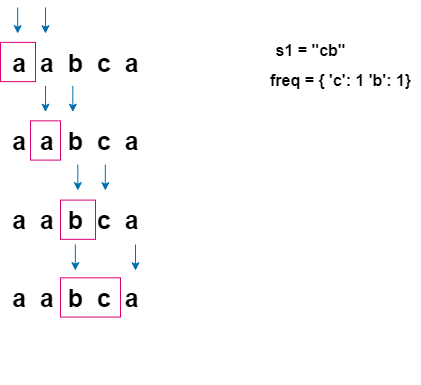
Earlier version of the draw.io export Python3/img/PermutationInString.png (ashiven/leetcode-solutions). Source tidied: cells renumbered, new cells last; positions are measured from the earlier drawing's top-left corner, leaving out a move shared by most shapes. Source of this version:
```xml
<mxGraphModel>
  <root>
    <mxCell id="0" />
    <mxCell id="1" parent="0" />
    <mxCell id="2" style="group;" parent="1" vertex="1">
      <mxGeometry width="155" height="545" as="geometry" />
    </mxCell>
    <mxCell id="3" value="&lt;font style=&quot;font-size: 25px;&quot;&gt;&lt;b style=&quot;font-size: 25px;&quot;&gt;a&amp;nbsp; a&amp;nbsp; b&amp;nbsp; c&amp;nbsp; a&lt;/b&gt;&lt;/font&gt;" style="text;html=1;align=center;verticalAlign=middle;strokeColor=none;fillColor=none;fontColor=#000000;fontSize=25;" parent="2" vertex="1">
      <mxGeometry y="34.9" width="150" height="40" as="geometry" />
    </mxCell>
    <mxCell id="4" style="rounded=0;whiteSpace=wrap;html=1;fillColor=none;strokeColor=#D80073;" parent="2" vertex="1">
      <mxGeometry y="34.9" width="35" height="39.2" as="geometry" />
    </mxCell>
    <mxCell id="5" style="endArrow=classic;html=1;rounded=0;fillColor=#1ba1e2;strokeColor=#006EAF;" parent="2" edge="1">
      <mxGeometry relative="1" as="geometry">
        <mxPoint x="17.2" as="sourcePoint" />
        <mxPoint x="17.2" y="26.2" as="targetPoint" />
      </mxGeometry>
    </mxCell>
    <mxCell id="6" style="endArrow=classic;html=1;rounded=0;fillColor=#1ba1e2;strokeColor=#006EAF;" parent="2" edge="1">
      <mxGeometry relative="1" as="geometry">
        <mxPoint x="45" as="sourcePoint" />
        <mxPoint x="45" y="26.2" as="targetPoint" />
      </mxGeometry>
    </mxCell>
    <mxCell id="7" value="&lt;font style=&quot;font-size: 25px;&quot;&gt;&lt;b style=&quot;font-size: 25px;&quot;&gt;a&amp;nbsp; a&amp;nbsp; b&amp;nbsp; c&amp;nbsp; a&lt;/b&gt;&lt;/font&gt;" style="text;html=1;align=center;verticalAlign=middle;strokeColor=none;fillColor=none;fontColor=#000000;fontSize=25;" parent="2" vertex="1">
      <mxGeometry y="113.4" width="150" height="40" as="geometry" />
    </mxCell>
    <mxCell id="8" style="rounded=0;whiteSpace=wrap;html=1;fillColor=none;strokeColor=#D80073;" parent="2" vertex="1">
      <mxGeometry x="30" y="113.4" width="30" height="39.2" as="geometry" />
    </mxCell>
    <mxCell id="9" style="endArrow=classic;html=1;rounded=0;fillColor=#1ba1e2;strokeColor=#006EAF;" parent="2" edge="1">
      <mxGeometry relative="1" as="geometry">
        <mxPoint x="72.3" y="78.5" as="sourcePoint" />
        <mxPoint x="72.3" y="104.6" as="targetPoint" />
      </mxGeometry>
    </mxCell>
    <mxCell id="10" style="endArrow=classic;html=1;rounded=0;fillColor=#1ba1e2;strokeColor=#006EAF;" parent="2" edge="1">
      <mxGeometry relative="1" as="geometry">
        <mxPoint x="45" y="78.5" as="sourcePoint" />
        <mxPoint x="45" y="104.6" as="targetPoint" />
      </mxGeometry>
    </mxCell>
    <mxCell id="11" value="&lt;font style=&quot;font-size: 25px;&quot;&gt;&lt;b style=&quot;font-size: 25px;&quot;&gt;a&amp;nbsp; a&amp;nbsp; b&amp;nbsp; c&amp;nbsp; a&lt;/b&gt;&lt;/font&gt;" style="text;html=1;align=center;verticalAlign=middle;strokeColor=none;fillColor=none;fontColor=#000000;fontSize=25;" parent="2" vertex="1">
      <mxGeometry y="191.8" width="150" height="40" as="geometry" />
    </mxCell>
    <mxCell id="12" style="rounded=0;whiteSpace=wrap;html=1;fillColor=none;strokeColor=#D80073;" parent="2" vertex="1">
      <mxGeometry x="60" y="192.6" width="35" height="39.2" as="geometry" />
    </mxCell>
    <mxCell id="13" style="endArrow=classic;html=1;rounded=0;fillColor=#1ba1e2;strokeColor=#006EAF;" parent="2" edge="1">
      <mxGeometry relative="1" as="geometry">
        <mxPoint x="104.8" y="157" as="sourcePoint" />
        <mxPoint x="104.8" y="183.1" as="targetPoint" />
      </mxGeometry>
    </mxCell>
    <mxCell id="14" style="endArrow=classic;html=1;rounded=0;fillColor=#1ba1e2;strokeColor=#006EAF;" parent="2" edge="1">
      <mxGeometry relative="1" as="geometry">
        <mxPoint x="77.3" y="157" as="sourcePoint" />
        <mxPoint x="77.3" y="183.1" as="targetPoint" />
      </mxGeometry>
    </mxCell>
    <mxCell id="15" value="&lt;font style=&quot;font-size: 25px;&quot;&gt;&lt;b style=&quot;font-size: 25px;&quot;&gt;a&amp;nbsp; a&amp;nbsp; b&amp;nbsp; c&amp;nbsp; a&lt;/b&gt;&lt;/font&gt;" style="text;html=1;align=center;verticalAlign=middle;strokeColor=none;fillColor=none;fontColor=#000000;fontSize=25;" parent="2" vertex="1">
      <mxGeometry y="270.3" width="150" height="40" as="geometry" />
    </mxCell>
    <mxCell id="16" style="rounded=0;whiteSpace=wrap;html=1;fillColor=none;strokeColor=#D80073;" parent="2" vertex="1">
      <mxGeometry x="60" y="270.3" width="60" height="39.2" as="geometry" />
    </mxCell>
    <mxCell id="17" style="endArrow=classic;html=1;rounded=0;fillColor=#1ba1e2;strokeColor=#006EAF;" parent="2" edge="1">
      <mxGeometry relative="1" as="geometry">
        <mxPoint x="135" y="237" as="sourcePoint" />
        <mxPoint x="135" y="263.2" as="targetPoint" />
      </mxGeometry>
    </mxCell>
    <mxCell id="18" style="endArrow=classic;html=1;rounded=0;fillColor=#1ba1e2;strokeColor=#006EAF;" parent="2" edge="1">
      <mxGeometry relative="1" as="geometry">
        <mxPoint x="74.8" y="236.9" as="sourcePoint" />
        <mxPoint x="74.8" y="263.1" as="targetPoint" />
      </mxGeometry>
    </mxCell>
    <mxCell id="19" value="&lt;font style=&quot;font-size: 16px;&quot;&gt;&lt;b&gt;s1 = &quot;cb&quot;&lt;/b&gt;&lt;/font&gt;" style="text;html=1;align=center;verticalAlign=middle;strokeColor=none;fillColor=none;" parent="1" vertex="1">
      <mxGeometry x="265" y="28" width="90" height="30" as="geometry" />
    </mxCell>
    <mxCell id="20" value="&lt;font style=&quot;font-size: 16px;&quot;&gt;&lt;b&gt;freq = { 'c': 1 'b': 1}&lt;/b&gt;&lt;/font&gt;" style="text;html=1;align=center;verticalAlign=middle;strokeColor=none;fillColor=none;" parent="1" vertex="1">
      <mxGeometry x="260" y="58" width="160" height="30" as="geometry" />
    </mxCell>
  </root>
</mxGraphModel>
```
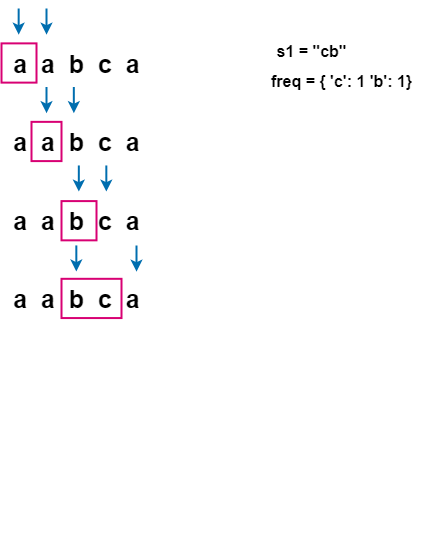
After the change.

Change to the diagram source:
```diff
@@ -1,77 +1,77 @@
-<mxGraphModel>
+<mxGraphModel background="#ffffff">
   <root>
     <mxCell id="0" />
     <mxCell id="1" parent="0" />
     <mxCell id="2" style="group;" parent="1" vertex="1">
       <mxGeometry width="155" height="545" as="geometry" />
     </mxCell>
-    <mxCell id="3" value="&lt;font style=&quot;font-size: 25px;&quot;&gt;&lt;b style=&quot;font-size: 25px;&quot;&gt;a&amp;nbsp; a&amp;nbsp; b&amp;nbsp; c&amp;nbsp; a&lt;/b&gt;&lt;/font&gt;" style="text;html=1;align=center;verticalAlign=middle;strokeColor=none;fillColor=none;fontColor=#000000;fontSize=25;" parent="2" vertex="1">
+    <mxCell id="3" value="&lt;font style=&quot;font-size: 25px;&quot;&gt;&lt;b style=&quot;font-size: 25px;&quot;&gt;a&amp;nbsp; a&amp;nbsp; b&amp;nbsp; c&amp;nbsp; a&lt;/b&gt;&lt;/font&gt;" style="text;html=1;align=center;verticalAlign=middle;strokeColor=none;fillColor=none;fontColor=#000000;fontSize=25;strokeWidth=2;" parent="2" vertex="1">
       <mxGeometry y="34.9" width="150" height="40" as="geometry" />
     </mxCell>
-    <mxCell id="4" style="rounded=0;whiteSpace=wrap;html=1;fillColor=none;strokeColor=#D80073;" parent="2" vertex="1">
+    <mxCell id="4" style="rounded=0;whiteSpace=wrap;html=1;fillColor=none;strokeColor=#D80073;strokeWidth=2;" parent="2" vertex="1">
       <mxGeometry y="34.9" width="35" height="39.2" as="geometry" />
     </mxCell>
-    <mxCell id="5" style="endArrow=classic;html=1;rounded=0;fillColor=#1ba1e2;strokeColor=#006EAF;" parent="2" edge="1">
+    <mxCell id="5" style="endArrow=classic;html=1;rounded=0;fillColor=#1ba1e2;strokeColor=#006EAF;strokeWidth=2;" parent="2" edge="1">
       <mxGeometry relative="1" as="geometry">
         <mxPoint x="17.2" as="sourcePoint" />
         <mxPoint x="17.2" y="26.2" as="targetPoint" />
       </mxGeometry>
     </mxCell>
-    <mxCell id="6" style="endArrow=classic;html=1;rounded=0;fillColor=#1ba1e2;strokeColor=#006EAF;" parent="2" edge="1">
+    <mxCell id="6" style="endArrow=classic;html=1;rounded=0;fillColor=#1ba1e2;strokeColor=#006EAF;strokeWidth=2;" parent="2" edge="1">
       <mxGeometry relative="1" as="geometry">
         <mxPoint x="45" as="sourcePoint" />
         <mxPoint x="45" y="26.2" as="targetPoint" />
       </mxGeometry>
     </mxCell>
-    <mxCell id="7" value="&lt;font style=&quot;font-size: 25px;&quot;&gt;&lt;b style=&quot;font-size: 25px;&quot;&gt;a&amp;nbsp; a&amp;nbsp; b&amp;nbsp; c&amp;nbsp; a&lt;/b&gt;&lt;/font&gt;" style="text;html=1;align=center;verticalAlign=middle;strokeColor=none;fillColor=none;fontColor=#000000;fontSize=25;" parent="2" vertex="1">
+    <mxCell id="7" value="&lt;font style=&quot;font-size: 25px;&quot;&gt;&lt;b style=&quot;font-size: 25px;&quot;&gt;a&amp;nbsp; a&amp;nbsp; b&amp;nbsp; c&amp;nbsp; a&lt;/b&gt;&lt;/font&gt;" style="text;html=1;align=center;verticalAlign=middle;strokeColor=none;fillColor=none;fontColor=#000000;fontSize=25;strokeWidth=2;" parent="2" vertex="1">
       <mxGeometry y="113.4" width="150" height="40" as="geometry" />
     </mxCell>
-    <mxCell id="8" style="rounded=0;whiteSpace=wrap;html=1;fillColor=none;strokeColor=#D80073;" parent="2" vertex="1">
+    <mxCell id="8" style="rounded=0;whiteSpace=wrap;html=1;fillColor=none;strokeColor=#D80073;strokeWidth=2;" parent="2" vertex="1">
       <mxGeometry x="30" y="113.4" width="30" height="39.2" as="geometry" />
     </mxCell>
-    <mxCell id="9" style="endArrow=classic;html=1;rounded=0;fillColor=#1ba1e2;strokeColor=#006EAF;" parent="2" edge="1">
+    <mxCell id="9" style="endArrow=classic;html=1;rounded=0;fillColor=#1ba1e2;strokeColor=#006EAF;strokeWidth=2;" parent="2" edge="1">
       <mxGeometry relative="1" as="geometry">
         <mxPoint x="72.3" y="78.5" as="sourcePoint" />
         <mxPoint x="72.3" y="104.6" as="targetPoint" />
       </mxGeometry>
     </mxCell>
-    <mxCell id="10" style="endArrow=classic;html=1;rounded=0;fillColor=#1ba1e2;strokeColor=#006EAF;" parent="2" edge="1">
+    <mxCell id="10" style="endArrow=classic;html=1;rounded=0;fillColor=#1ba1e2;strokeColor=#006EAF;strokeWidth=2;" parent="2" edge="1">
       <mxGeometry relative="1" as="geometry">
         <mxPoint x="45" y="78.5" as="sourcePoint" />
         <mxPoint x="45" y="104.6" as="targetPoint" />
       </mxGeometry>
     </mxCell>
-    <mxCell id="11" value="&lt;font style=&quot;font-size: 25px;&quot;&gt;&lt;b style=&quot;font-size: 25px;&quot;&gt;a&amp;nbsp; a&amp;nbsp; b&amp;nbsp; c&amp;nbsp; a&lt;/b&gt;&lt;/font&gt;" style="text;html=1;align=center;verticalAlign=middle;strokeColor=none;fillColor=none;fontColor=#000000;fontSize=25;" parent="2" vertex="1">
+    <mxCell id="11" value="&lt;font style=&quot;font-size: 25px;&quot;&gt;&lt;b style=&quot;font-size: 25px;&quot;&gt;a&amp;nbsp; a&amp;nbsp; b&amp;nbsp; c&amp;nbsp; a&lt;/b&gt;&lt;/font&gt;" style="text;html=1;align=center;verticalAlign=middle;strokeColor=none;fillColor=none;fontColor=#000000;fontSize=25;strokeWidth=2;" parent="2" vertex="1">
       <mxGeometry y="191.8" width="150" height="40" as="geometry" />
     </mxCell>
-    <mxCell id="12" style="rounded=0;whiteSpace=wrap;html=1;fillColor=none;strokeColor=#D80073;" parent="2" vertex="1">
+    <mxCell id="12" style="rounded=0;whiteSpace=wrap;html=1;fillColor=none;strokeColor=#D80073;strokeWidth=2;" parent="2" vertex="1">
       <mxGeometry x="60" y="192.6" width="35" height="39.2" as="geometry" />
     </mxCell>
-    <mxCell id="13" style="endArrow=classic;html=1;rounded=0;fillColor=#1ba1e2;strokeColor=#006EAF;" parent="2" edge="1">
+    <mxCell id="13" style="endArrow=classic;html=1;rounded=0;fillColor=#1ba1e2;strokeColor=#006EAF;strokeWidth=2;" parent="2" edge="1">
       <mxGeometry relative="1" as="geometry">
         <mxPoint x="104.8" y="157" as="sourcePoint" />
         <mxPoint x="104.8" y="183.1" as="targetPoint" />
       </mxGeometry>
     </mxCell>
-    <mxCell id="14" style="endArrow=classic;html=1;rounded=0;fillColor=#1ba1e2;strokeColor=#006EAF;" parent="2" edge="1">
+    <mxCell id="14" style="endArrow=classic;html=1;rounded=0;fillColor=#1ba1e2;strokeColor=#006EAF;strokeWidth=2;" parent="2" edge="1">
       <mxGeometry relative="1" as="geometry">
         <mxPoint x="77.3" y="157" as="sourcePoint" />
         <mxPoint x="77.3" y="183.1" as="targetPoint" />
       </mxGeometry>
     </mxCell>
-    <mxCell id="15" value="&lt;font style=&quot;font-size: 25px;&quot;&gt;&lt;b style=&quot;font-size: 25px;&quot;&gt;a&amp;nbsp; a&amp;nbsp; b&amp;nbsp; c&amp;nbsp; a&lt;/b&gt;&lt;/font&gt;" style="text;html=1;align=center;verticalAlign=middle;strokeColor=none;fillColor=none;fontColor=#000000;fontSize=25;" parent="2" vertex="1">
+    <mxCell id="15" value="&lt;font style=&quot;font-size: 25px;&quot;&gt;&lt;b style=&quot;font-size: 25px;&quot;&gt;a&amp;nbsp; a&amp;nbsp; b&amp;nbsp; c&amp;nbsp; a&lt;/b&gt;&lt;/font&gt;" style="text;html=1;align=center;verticalAlign=middle;strokeColor=none;fillColor=none;fontColor=#000000;fontSize=25;strokeWidth=2;" parent="2" vertex="1">
       <mxGeometry y="270.3" width="150" height="40" as="geometry" />
     </mxCell>
-    <mxCell id="16" style="rounded=0;whiteSpace=wrap;html=1;fillColor=none;strokeColor=#D80073;" parent="2" vertex="1">
+    <mxCell id="16" style="rounded=0;whiteSpace=wrap;html=1;fillColor=none;strokeColor=#D80073;strokeWidth=2;" parent="2" vertex="1">
       <mxGeometry x="60" y="270.3" width="60" height="39.2" as="geometry" />
     </mxCell>
-    <mxCell id="17" style="endArrow=classic;html=1;rounded=0;fillColor=#1ba1e2;strokeColor=#006EAF;" parent="2" edge="1">
+    <mxCell id="17" style="endArrow=classic;html=1;rounded=0;fillColor=#1ba1e2;strokeColor=#006EAF;strokeWidth=2;" parent="2" edge="1">
       <mxGeometry relative="1" as="geometry">
         <mxPoint x="135" y="237" as="sourcePoint" />
         <mxPoint x="135" y="263.2" as="targetPoint" />
       </mxGeometry>
     </mxCell>
-    <mxCell id="18" style="endArrow=classic;html=1;rounded=0;fillColor=#1ba1e2;strokeColor=#006EAF;" parent="2" edge="1">
+    <mxCell id="18" style="endArrow=classic;html=1;rounded=0;fillColor=#1ba1e2;strokeColor=#006EAF;strokeWidth=2;" parent="2" edge="1">
       <mxGeometry relative="1" as="geometry">
         <mxPoint x="74.8" y="236.9" as="sourcePoint" />
         <mxPoint x="74.8" y="263.1" as="targetPoint" />
```
